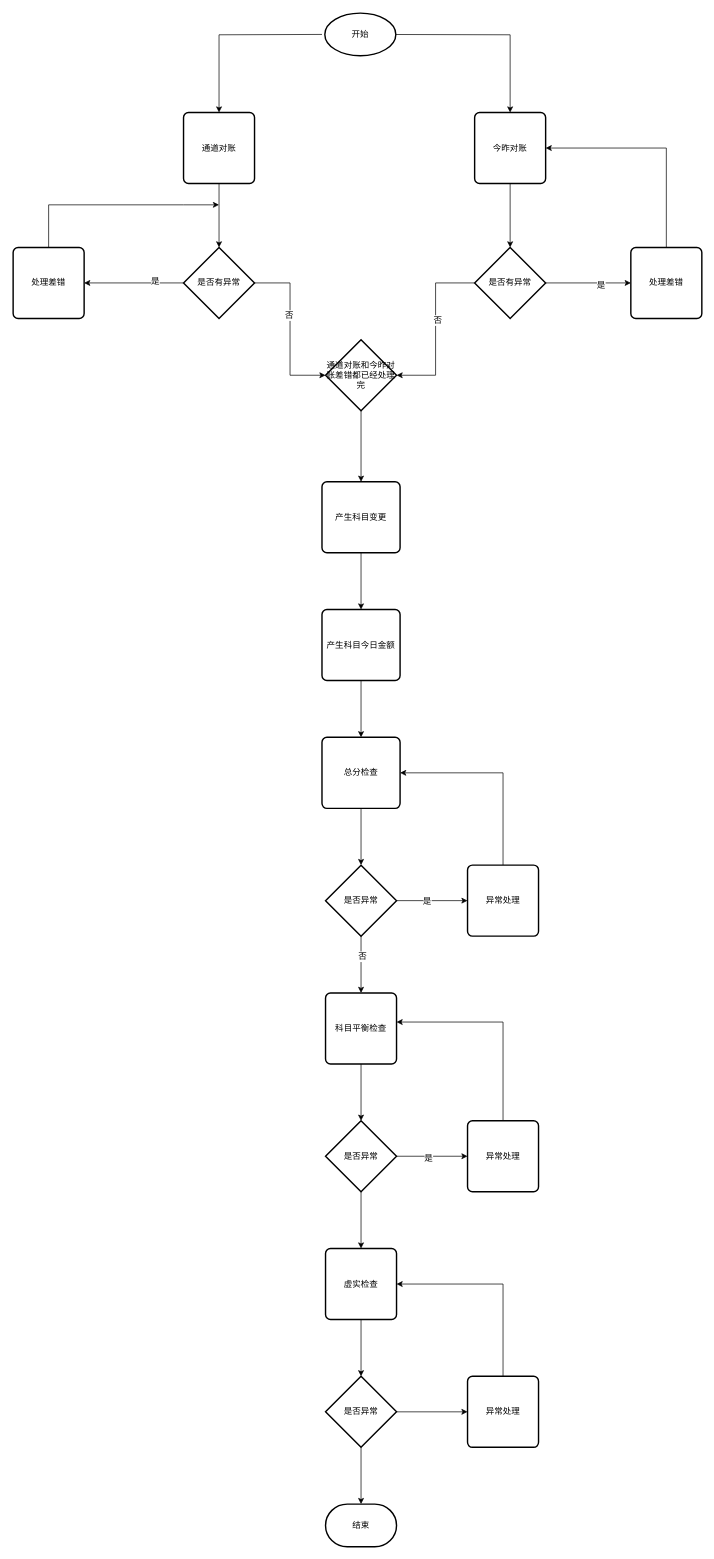
The draw.io diagram xc-account/design/对账.drawio in waterStone528/job, before the edit. Source tidied: cells renumbered, new cells numbered last; positions are measured from the earlier drawing's top-left corner, leaving out a move shared by most shapes. Both pictures are drawn from the tidied source at 71%, with x=0, y=0 at pixel (13, 13).
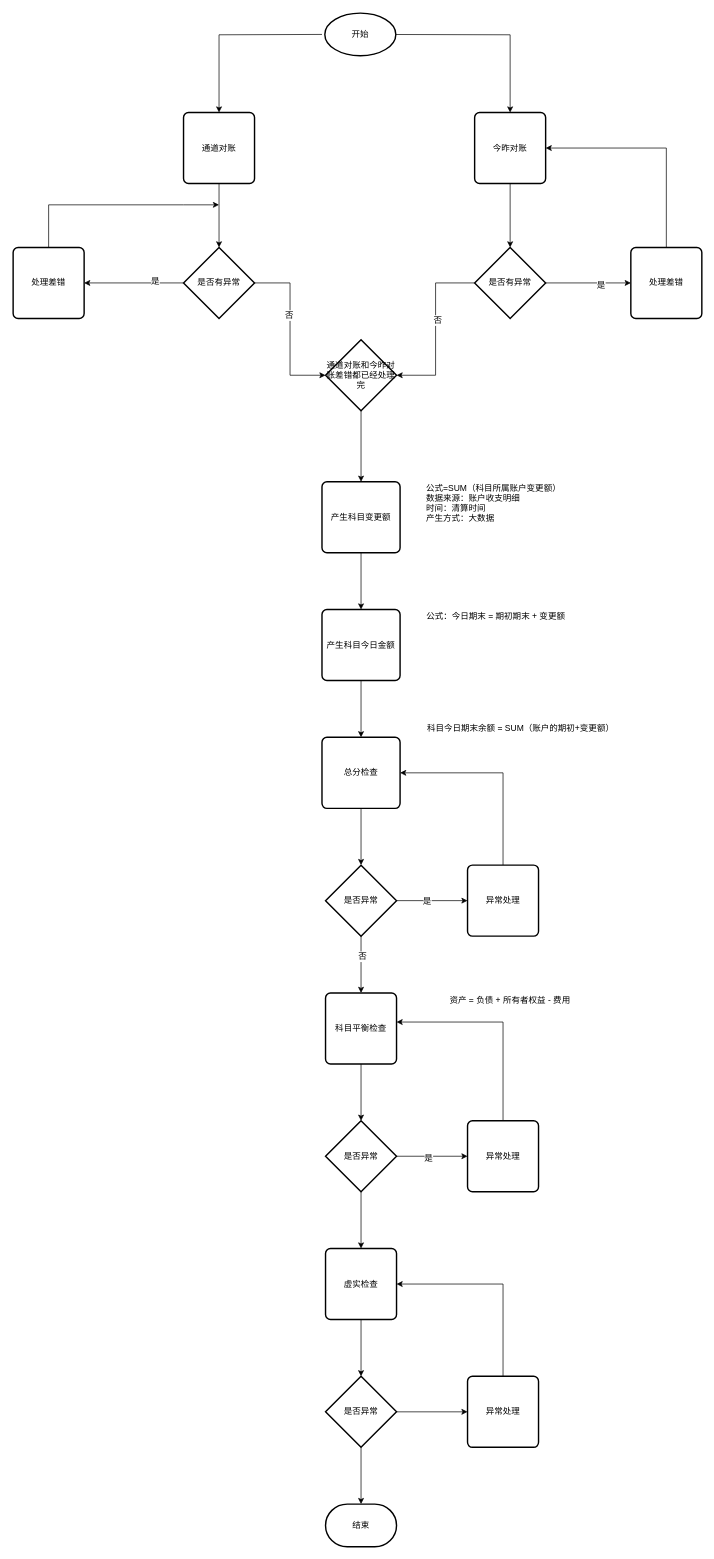
The same diagram, later.

Diff of the diagram source:
```diff
@@
-    <mxCell id="53" value="产生科目变更" style="rounded=1;whiteSpace=wrap;html=1;absoluteArcSize=1;arcSize=14;strokeWidth=2;" parent="1" vertex="1">
+    <mxCell id="53" value="产生科目变更额" style="rounded=1;whiteSpace=wrap;html=1;absoluteArcSize=1;arcSize=14;strokeWidth=2;" parent="1" vertex="1">
       <mxGeometry x="435" y="660" width="110" height="100" as="geometry" />
     </mxCell>
+    <mxCell id="54" value="公式=SUM（科目所属账户变更额）&lt;br&gt;数据来源：账户收支明细&lt;br&gt;时间：清算时间&lt;br&gt;产生方式：大数据&lt;br&gt;" style="text;html=1;strokeColor=none;fillColor=none;align=left;verticalAlign=middle;whiteSpace=wrap;rounded=0;" parent="1" vertex="1">
+      <mxGeometry x="580" y="640" width="300" height="100" as="geometry" />
+    </mxCell>
+    <mxCell id="55" value="公式：今日期末 = 期初期末 + 变更额" style="text;html=1;strokeColor=none;fillColor=none;align=center;verticalAlign=middle;whiteSpace=wrap;rounded=0;" parent="1" vertex="1">
+      <mxGeometry x="560" y="840" width="240" height="20" as="geometry" />
+    </mxCell>
+    <mxCell id="56" value="&lt;p&gt;&lt;span&gt;科目今日期末余额&lt;/span&gt;&lt;span&gt; = SUM&lt;/span&gt;&lt;span&gt;（账户的期初+变更额）&lt;/span&gt;&lt;/p&gt;&lt;p&gt;&lt;span&gt;&lt;br&gt;&lt;/span&gt;&lt;/p&gt;" style="text;html=1;strokeColor=none;fillColor=none;align=center;verticalAlign=middle;whiteSpace=wrap;rounded=0;" parent="1" vertex="1">
+      <mxGeometry x="550" y="990" width="330" height="60" as="geometry" />
+    </mxCell>
+    <mxCell id="57" value="&lt;p&gt;&lt;span&gt;资产&lt;/span&gt;&lt;span&gt; = &lt;/span&gt;&lt;span&gt;负债&lt;/span&gt;&lt;span&gt; + &lt;/span&gt;&lt;span&gt;所有者权益&lt;/span&gt;&lt;span&gt; - &lt;/span&gt;&lt;span&gt;费用&lt;/span&gt;&lt;/p&gt;" style="text;html=1;strokeColor=none;fillColor=none;align=center;verticalAlign=middle;whiteSpace=wrap;rounded=0;" parent="1" vertex="1">
+      <mxGeometry x="580" y="1380" width="240" height="20" as="geometry" />
+    </mxCell>
```
